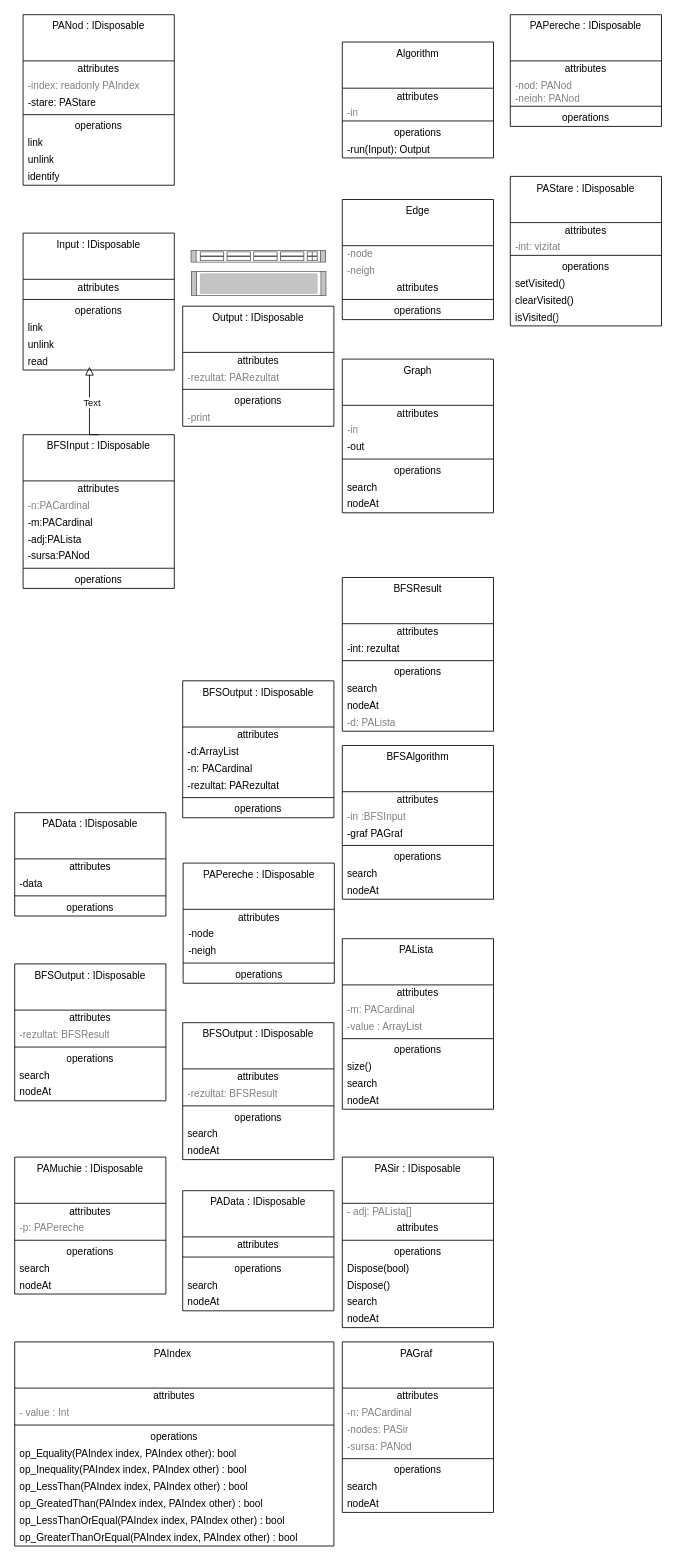
This is Untitled Diagram.drawio from Cristof17/PALibrary, a draw.io file, before an edit. Source tidied: cells renumbered, new cells numbered last; positions are measured from the earlier drawing's top-left corner, leaving out a move shared by most shapes. Both pictures are drawn from the tidied source at 84%, with x=0, y=0 at pixel (14, 14).
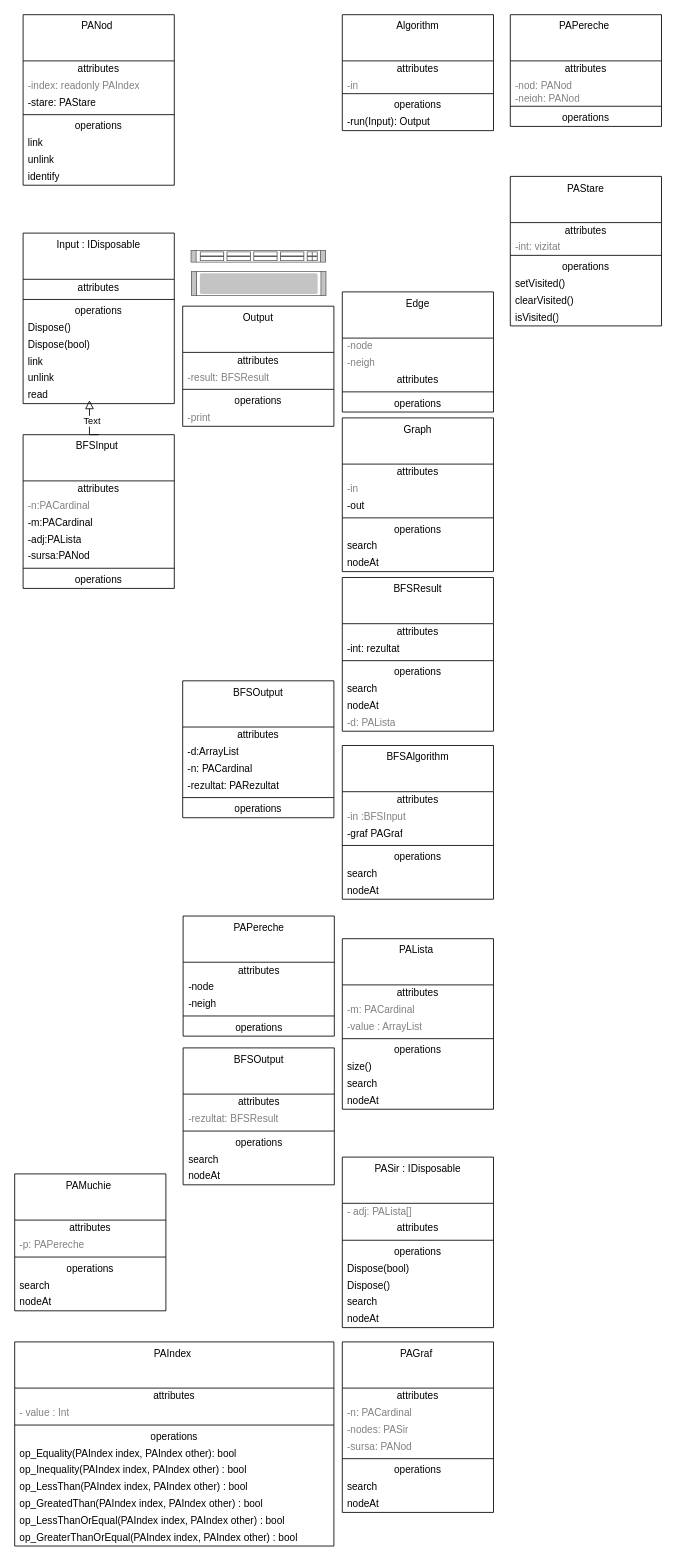
The same page after the edit.

What changed in the source:
```diff
@@
-    <mxCell id="2" value="PANod : IDisposable" style="swimlane;fontStyle=0;align=center;verticalAlign=top;horizontal=1;startSize=55;html=1;whiteSpace=wrap;" parent="1" vertex="1">
+    <mxCell id="2" value="PANod&amp;nbsp;" style="swimlane;fontStyle=0;align=center;verticalAlign=top;horizontal=1;startSize=55;html=1;whiteSpace=wrap;" parent="1" vertex="1">
       <mxGeometry x="10" width="180" height="203" as="geometry" />
     </mxCell>
@@
     <mxCell id="11" value="Algorithm" style="swimlane;fontStyle=0;align=center;verticalAlign=top;horizontal=1;startSize=55;html=1;whiteSpace=wrap;" parent="1" vertex="1">
-      <mxGeometry x="390" y="32.5" width="180" height="138" as="geometry" />
+      <mxGeometry x="390" width="180" height="138" as="geometry" />
     </mxCell>
@@
     <mxCell id="17" value="Input : IDisposable" style="swimlane;fontStyle=0;align=center;verticalAlign=top;horizontal=1;startSize=55;html=1;whiteSpace=wrap;" parent="1" vertex="1">
-      <mxGeometry x="10" y="260" width="180" height="163" as="geometry" />
+      <mxGeometry x="10" y="260" width="180" height="203" as="geometry" />
     </mxCell>
@@
+    <mxCell id="169" value="Dispose()" style="text;html=1;strokeColor=none;fillColor=none;align=left;verticalAlign=middle;spacingLeft=4;spacingRight=4;overflow=hidden;whiteSpace=wrap;" parent="17" vertex="1">
+      <mxGeometry y="103" width="180" height="20" as="geometry" />
+    </mxCell>
+    <mxCell id="170" value="Dispose(bool)" style="text;html=1;strokeColor=none;fillColor=none;align=left;verticalAlign=middle;spacingLeft=4;spacingRight=4;overflow=hidden;whiteSpace=wrap;" parent="17" vertex="1">
+      <mxGeometry y="123" width="180" height="20" as="geometry" />
+    </mxCell>
     <mxCell id="21" value="link" style="text;html=1;strokeColor=none;fillColor=none;align=left;verticalAlign=middle;spacingLeft=4;spacingRight=4;overflow=hidden;whiteSpace=wrap;" parent="17" vertex="1">
-      <mxGeometry y="103" width="180" height="20" as="geometry" />
+      <mxGeometry y="143" width="180" height="20" as="geometry" />
     </mxCell>
     <mxCell id="22" value="unlink" style="text;html=1;strokeColor=none;fillColor=none;align=left;verticalAlign=middle;spacingLeft=4;spacingRight=4;overflow=hidden;whiteSpace=wrap;" parent="17" vertex="1">
-      <mxGeometry y="123" width="180" height="20" as="geometry" />
+      <mxGeometry y="163" width="180" height="20" as="geometry" />
     </mxCell>
     <mxCell id="23" value="read" style="text;html=1;strokeColor=none;fillColor=none;align=left;verticalAlign=middle;spacingLeft=4;spacingRight=4;overflow=hidden;points=[[0,0.5],[1,0.5]];portConstraint=eastwest;whiteSpace=wrap;" parent="17" vertex="1">
-      <mxGeometry y="143" width="180" height="20" as="geometry" />
+      <mxGeometry y="183" width="180" height="20" as="geometry" />
     </mxCell>
-    <mxCell id="24" value="Output : IDisposable" style="swimlane;fontStyle=0;align=center;verticalAlign=top;horizontal=1;startSize=55;html=1;whiteSpace=wrap;" parent="1" vertex="1">
+    <mxCell id="24" value="Output" style="swimlane;fontStyle=0;align=center;verticalAlign=top;horizontal=1;startSize=55;html=1;whiteSpace=wrap;" parent="1" vertex="1">
       <mxGeometry x="200" y="347" width="180" height="143" as="geometry" />
     </mxCell>
@@
-    <mxCell id="26" value="-rezultat: PARezultat" style="text;html=1;strokeColor=none;fillColor=none;align=left;verticalAlign=middle;spacingLeft=4;spacingRight=4;overflow=hidden;fontColor=#808080;whiteSpace=wrap;" parent="24" vertex="1">
+    <mxCell id="26" value="-result: BFSResult" style="text;html=1;strokeColor=none;fillColor=none;align=left;verticalAlign=middle;spacingLeft=4;spacingRight=4;overflow=hidden;fontColor=#808080;whiteSpace=wrap;" parent="24" vertex="1">
       <mxGeometry y="75" width="180" height="20" as="geometry" />
     </mxCell>
@@
     <mxCell id="30" value="Edge" style="swimlane;fontStyle=0;align=center;verticalAlign=top;horizontal=1;startSize=55;html=1;whiteSpace=wrap;" parent="1" vertex="1">
-      <mxGeometry x="390" y="220" width="180" height="143" as="geometry" />
+      <mxGeometry x="390" y="330" width="180" height="143" as="geometry" />
     </mxCell>
@@
-    <mxCell id="36" value="BFSInput : IDisposable" style="swimlane;fontStyle=0;align=center;verticalAlign=top;horizontal=1;startSize=55;html=1;whiteSpace=wrap;" parent="1" vertex="1">
+    <mxCell id="36" value="BFSInput&amp;nbsp;" style="swimlane;fontStyle=0;align=center;verticalAlign=top;horizontal=1;startSize=55;html=1;whiteSpace=wrap;" parent="1" vertex="1">
       <mxGeometry x="10" y="500" width="180" height="183" as="geometry" />
     </mxCell>
@@
-    <mxCell id="44" value="BFSOutput : IDisposable" style="swimlane;fontStyle=0;align=center;verticalAlign=top;horizontal=1;startSize=55;html=1;whiteSpace=wrap;" parent="1" vertex="1">
+    <mxCell id="44" value="BFSOutput" style="swimlane;fontStyle=0;align=center;verticalAlign=top;horizontal=1;startSize=55;html=1;whiteSpace=wrap;" parent="1" vertex="1">
       <mxGeometry x="200" y="793" width="180" height="163" as="geometry" />
     </mxCell>
@@
     <mxCell id="51" value="Graph" style="swimlane;fontStyle=0;align=center;verticalAlign=top;horizontal=1;startSize=55;html=1;whiteSpace=wrap;" parent="1" vertex="1">
-      <mxGeometry x="390" y="410" width="180" height="183" as="geometry" />
+      <mxGeometry x="390" y="480" width="180" height="183" as="geometry" />
     </mxCell>
@@
-    <mxCell id="59" value="PAData : IDisposable" style="swimlane;fontStyle=0;align=center;verticalAlign=top;horizontal=1;startSize=55;html=1;whiteSpace=wrap;" parent="1" vertex="1">
-      <mxGeometry y="950" width="180" height="123" as="geometry" />
-    </mxCell>
-    <mxCell id="60" value="attributes" style="text;html=1;strokeColor=none;fillColor=none;align=center;verticalAlign=middle;spacingLeft=4;spacingRight=4;overflow=hidden;whiteSpace=wrap;" parent="59" vertex="1">
-      <mxGeometry y="55" width="180" height="20" as="geometry" />
-    </mxCell>
-    <mxCell id="61" value="-data" style="text;html=1;strokeColor=none;fillColor=none;align=left;verticalAlign=middle;spacingLeft=4;spacingRight=4;overflow=hidden;whiteSpace=wrap;" parent="59" vertex="1">
-      <mxGeometry y="75" width="180" height="20" as="geometry" />
-    </mxCell>
-    <mxCell id="62" style="line;strokeWidth=1;fillColor=none;align=left;verticalAlign=middle;spacingTop=-1;spacingLeft=3;spacingRight=3;labelPosition=right;" parent="59" vertex="1">
-      <mxGeometry y="95" width="180" height="8" as="geometry" />
-    </mxCell>
-    <mxCell id="63" value="operations" style="text;html=1;strokeColor=none;fillColor=none;align=center;verticalAlign=middle;spacingLeft=4;spacingRight=4;overflow=hidden;whiteSpace=wrap;" parent="59" vertex="1">
-      <mxGeometry y="103" width="180" height="20" as="geometry" />
-    </mxCell>
-    <mxCell id="64" value="PAPereche : IDisposable" style="swimlane;fontStyle=0;align=center;verticalAlign=top;horizontal=1;startSize=55;html=1;whiteSpace=wrap;" parent="1" vertex="1">
-      <mxGeometry x="200.5" y="1010" width="180" height="143" as="geometry" />
+    <mxCell id="64" value="PAPereche" style="swimlane;fontStyle=0;align=center;verticalAlign=top;horizontal=1;startSize=55;html=1;whiteSpace=wrap;" parent="1" vertex="1">
+      <mxGeometry x="200.5" y="1073" width="180" height="143" as="geometry" />
     </mxCell>
@@
-    <mxCell id="86" value="BFSOutput : IDisposable" style="swimlane;fontStyle=0;align=center;verticalAlign=top;horizontal=1;startSize=55;html=1;whiteSpace=wrap;" parent="1" vertex="1">
-      <mxGeometry y="1130" width="180" height="163" as="geometry" />
-    </mxCell>
-    <mxCell id="87" value="attributes" style="text;html=1;strokeColor=none;fillColor=none;align=center;verticalAlign=middle;spacingLeft=4;spacingRight=4;overflow=hidden;whiteSpace=wrap;" parent="86" vertex="1">
-      <mxGeometry y="55" width="180" height="20" as="geometry" />
-    </mxCell>
-    <mxCell id="88" value="-rezultat: BFSResult" style="text;html=1;strokeColor=none;fillColor=none;align=left;verticalAlign=middle;spacingLeft=4;spacingRight=4;overflow=hidden;fontColor=#808080;whiteSpace=wrap;" parent="86" vertex="1">
-      <mxGeometry y="75" width="180" height="20" as="geometry" />
-    </mxCell>
-    <mxCell id="89" style="line;strokeWidth=1;fillColor=none;align=left;verticalAlign=middle;spacingTop=-1;spacingLeft=3;spacingRight=3;labelPosition=right;" parent="86" vertex="1">
-      <mxGeometry y="95" width="180" height="8" as="geometry" />
-    </mxCell>
-    <mxCell id="90" value="operations" style="text;html=1;strokeColor=none;fillColor=none;align=center;verticalAlign=middle;spacingLeft=4;spacingRight=4;overflow=hidden;whiteSpace=wrap;" parent="86" vertex="1">
-      <mxGeometry y="103" width="180" height="20" as="geometry" />
-    </mxCell>
-    <mxCell id="91" value="search" style="text;html=1;strokeColor=none;fillColor=none;align=left;verticalAlign=middle;spacingLeft=4;spacingRight=4;overflow=hidden;whiteSpace=wrap;" parent="86" vertex="1">
-      <mxGeometry y="123" width="180" height="20" as="geometry" />
-    </mxCell>
-    <mxCell id="92" value="nodeAt" style="text;html=1;strokeColor=none;fillColor=none;align=left;verticalAlign=middle;spacingLeft=4;spacingRight=4;overflow=hidden;whiteSpace=wrap;" parent="86" vertex="1">
-      <mxGeometry y="143" width="180" height="20" as="geometry" />
-    </mxCell>
-    <mxCell id="93" value="PAData : IDisposable" style="swimlane;fontStyle=0;align=center;verticalAlign=top;horizontal=1;startSize=55;html=1;whiteSpace=wrap;" parent="1" vertex="1">
-      <mxGeometry x="200" y="1400" width="180" height="143" as="geometry" />
-    </mxCell>
-    <mxCell id="94" value="attributes" style="text;html=1;strokeColor=none;fillColor=none;align=center;verticalAlign=middle;spacingLeft=4;spacingRight=4;overflow=hidden;whiteSpace=wrap;" parent="93" vertex="1">
-      <mxGeometry y="55" width="180" height="20" as="geometry" />
-    </mxCell>
-    <mxCell id="95" style="line;strokeWidth=1;fillColor=none;align=left;verticalAlign=middle;spacingTop=-1;spacingLeft=3;spacingRight=3;labelPosition=right;" parent="93" vertex="1">
-      <mxGeometry y="75" width="180" height="8" as="geometry" />
-    </mxCell>
-    <mxCell id="96" value="operations" style="text;html=1;strokeColor=none;fillColor=none;align=center;verticalAlign=middle;spacingLeft=4;spacingRight=4;overflow=hidden;whiteSpace=wrap;" parent="93" vertex="1">
-      <mxGeometry y="83" width="180" height="20" as="geometry" />
-    </mxCell>
-    <mxCell id="97" value="search" style="text;html=1;strokeColor=none;fillColor=none;align=left;verticalAlign=middle;spacingLeft=4;spacingRight=4;overflow=hidden;whiteSpace=wrap;" parent="93" vertex="1">
-      <mxGeometry y="103" width="180" height="20" as="geometry" />
-    </mxCell>
-    <mxCell id="98" value="nodeAt" style="text;html=1;strokeColor=none;fillColor=none;align=left;verticalAlign=middle;spacingLeft=4;spacingRight=4;overflow=hidden;whiteSpace=wrap;" parent="93" vertex="1">
-      <mxGeometry y="123" width="180" height="20" as="geometry" />
-    </mxCell>
@@
-    <mxCell id="117" value="PAMuchie : IDisposable" style="swimlane;fontStyle=0;align=center;verticalAlign=top;horizontal=1;startSize=55;html=1;whiteSpace=wrap;" parent="1" vertex="1">
-      <mxGeometry y="1360" width="180" height="163" as="geometry" />
+    <mxCell id="117" value="PAMuchie&amp;nbsp;" style="swimlane;fontStyle=0;align=center;verticalAlign=top;horizontal=1;startSize=55;html=1;whiteSpace=wrap;" parent="1" vertex="1">
+      <mxGeometry y="1380" width="180" height="163" as="geometry" />
     </mxCell>
@@
-    <mxCell id="124" value="PAPereche : IDisposable" style="swimlane;fontStyle=0;align=center;verticalAlign=top;horizontal=1;startSize=55;html=1;whiteSpace=wrap;" parent="1" vertex="1">
+    <mxCell id="124" value="PAPereche&amp;nbsp;" style="swimlane;fontStyle=0;align=center;verticalAlign=top;horizontal=1;startSize=55;html=1;whiteSpace=wrap;" parent="1" vertex="1">
       <mxGeometry x="590" width="180" height="133" as="geometry" />
     </mxCell>
@@
-    <mxCell id="130" value="PAStare : IDisposable" style="swimlane;fontStyle=0;align=center;verticalAlign=top;horizontal=1;startSize=55;html=1;whiteSpace=wrap;" parent="1" vertex="1">
+    <mxCell id="130" value="PAStare" style="swimlane;fontStyle=0;align=center;verticalAlign=top;horizontal=1;startSize=55;html=1;whiteSpace=wrap;" parent="1" vertex="1">
       <mxGeometry x="590" y="192.5" width="180" height="178" as="geometry" />
     </mxCell>
@@
-    <mxCell id="140" value="BFSOutput : IDisposable" style="swimlane;fontStyle=0;align=center;verticalAlign=top;horizontal=1;startSize=55;html=1;whiteSpace=wrap;" parent="1" vertex="1">
-      <mxGeometry x="200" y="1200" width="180" height="163" as="geometry" />
+    <mxCell id="140" value="BFSOutput" style="swimlane;fontStyle=0;align=center;verticalAlign=top;horizontal=1;startSize=55;html=1;whiteSpace=wrap;" parent="1" vertex="1">
+      <mxGeometry x="200.5" y="1230" width="180" height="163" as="geometry" />
     </mxCell>
```
